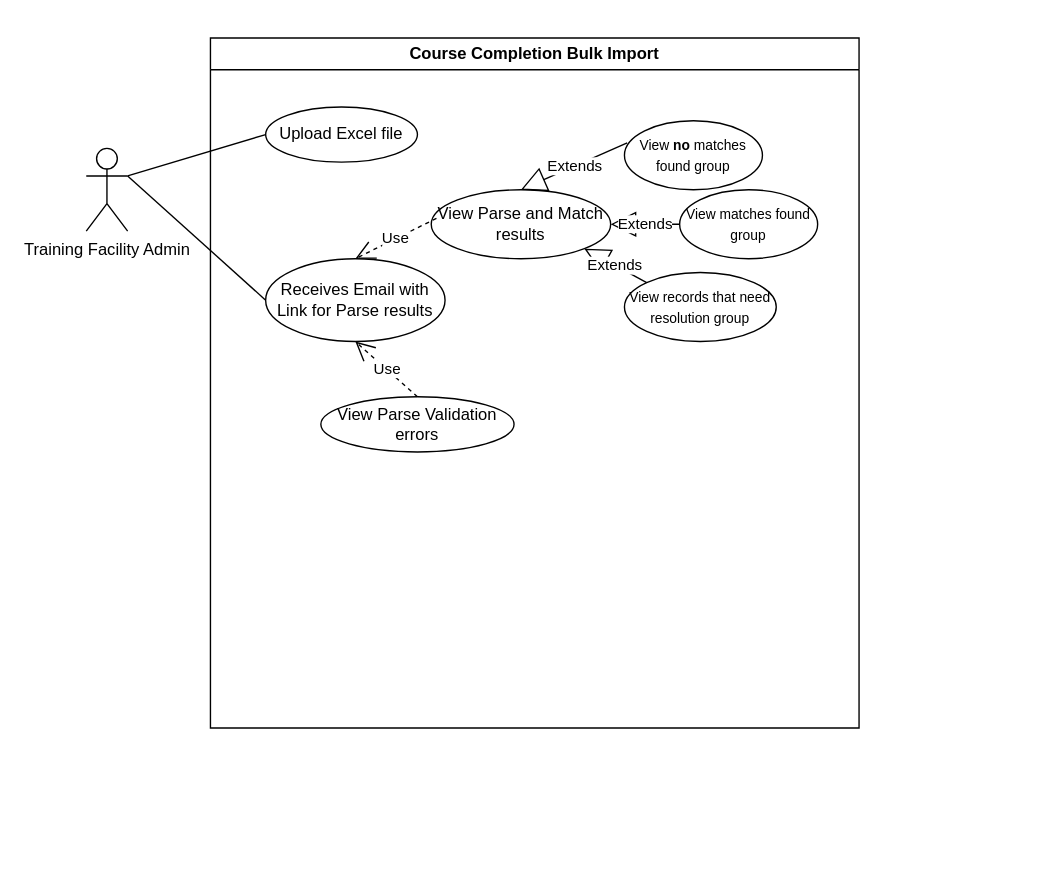
Before: page "Use Cases" (1 of 2) of Untitled Diagram.drawio in marcorok/DesignPatternsImplementation, a draw.io diagram. Source tidied: cells renumbered, new cells numbered last; positions are measured from the earlier drawing's top-left corner, leaving out a move shared by most shapes. Both pictures are drawn from the tidied source at 138%, with x=0, y=0 at pixel (86, 37).
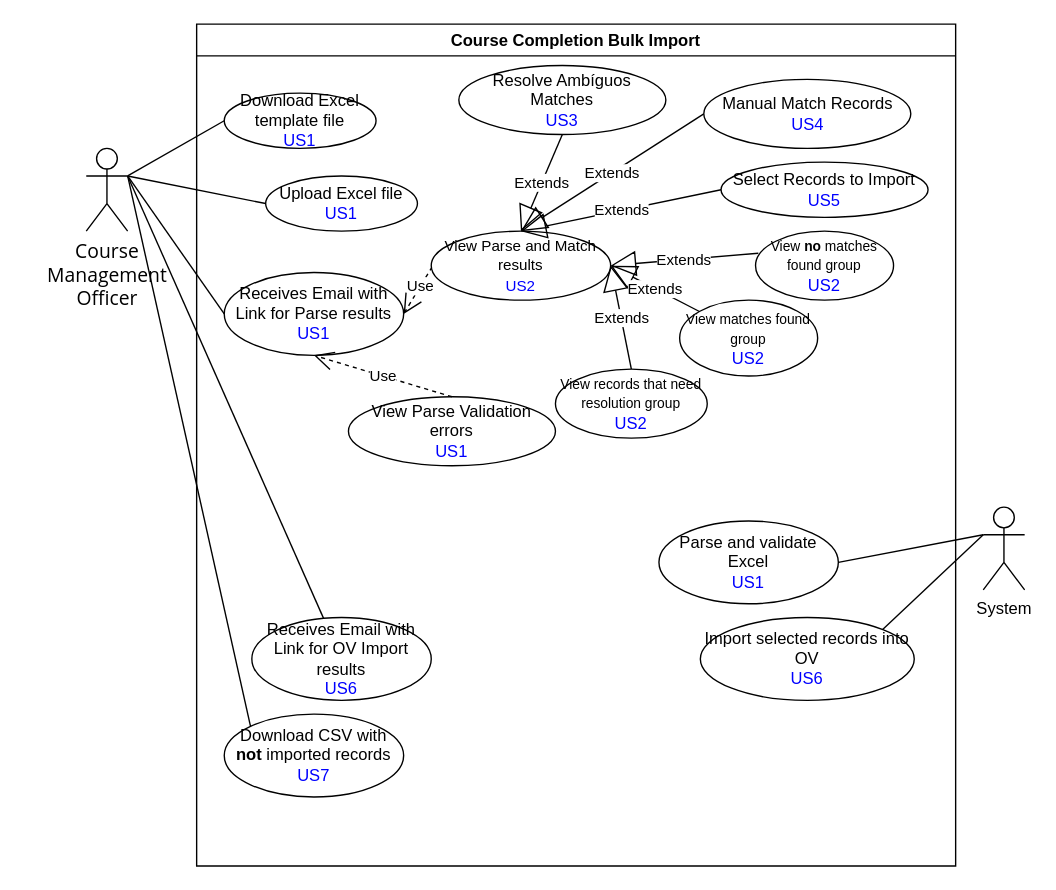
The same page after the edit.

What changed in the source:
```diff
@@
     <mxCell id="2" value="Course Completion Bulk Import" style="swimlane;whiteSpace=wrap;html=1;" parent="1" vertex="1">
-      <mxGeometry x="90" width="470" height="500" as="geometry" />
+      <mxGeometry x="80" y="-10" width="550" height="610" as="geometry" />
     </mxCell>
-    <mxCell id="3" value="Upload Excel file" style="ellipse;whiteSpace=wrap;html=1;" parent="2" vertex="1">
-      <mxGeometry x="40" y="50" width="110" height="40" as="geometry" />
+    <mxCell id="3" value="Upload Excel file&lt;div&gt;&lt;span style=&quot;color: rgb(0, 0, 255);&quot;&gt;US1&lt;/span&gt;&lt;/div&gt;" style="ellipse;whiteSpace=wrap;html=1;" parent="2" vertex="1">
+      <mxGeometry x="50" y="110" width="110" height="40" as="geometry" />
     </mxCell>
-    <mxCell id="4" value="Receives Email with Link for Parse results" style="ellipse;whiteSpace=wrap;html=1;" parent="2" vertex="1">
-      <mxGeometry x="40" y="160" width="130" height="60" as="geometry" />
+    <mxCell id="4" value="Receives Email with Link for Parse results&lt;div&gt;&lt;span style=&quot;color: rgb(0, 0, 255);&quot;&gt;US1&lt;/span&gt;&lt;/div&gt;" style="ellipse;whiteSpace=wrap;html=1;" parent="2" vertex="1">
+      <mxGeometry x="20" y="180" width="130" height="60" as="geometry" />
     </mxCell>
-    <mxCell id="5" value="View Parse Validation errors" style="ellipse;whiteSpace=wrap;html=1;" parent="2" vertex="1">
-      <mxGeometry x="80" y="260" width="140" height="40" as="geometry" />
+    <mxCell id="5" value="View Parse Validation errors&lt;div&gt;&lt;span style=&quot;color: rgb(0, 0, 255);&quot;&gt;US1&lt;/span&gt;&lt;/div&gt;" style="ellipse;whiteSpace=wrap;html=1;" parent="2" vertex="1">
+      <mxGeometry x="110" y="270" width="150" height="50" as="geometry" />
     </mxCell>
@@
+    <mxCell id="8" value="Use" style="endArrow=open;endSize=12;dashed=1;html=1;rounded=0;entryX=1;entryY=0.5;entryDx=0;entryDy=0;exitX=0.029;exitY=0.414;exitDx=0;exitDy=0;exitPerimeter=0;" parent="2" edge="1" source="7" target="4">
+      <mxGeometry relative="1" as="geometry" />
+    </mxCell>
+    <mxCell id="18" value="Download Excel template file&lt;div&gt;&lt;span style=&quot;color: rgb(0, 0, 255);&quot;&gt;US1&lt;/span&gt;&lt;/div&gt;" style="ellipse;whiteSpace=wrap;html=1;" parent="2" vertex="1">
+      <mxGeometry x="20" y="50" width="110" height="40" as="geometry" />
+    </mxCell>
+    <mxCell id="19" value="Receives Email with Link for OV Import results&lt;div&gt;&lt;span style=&quot;color: rgb(0, 0, 255);&quot;&gt;US6&lt;/span&gt;&lt;/div&gt;" style="ellipse;whiteSpace=wrap;html=1;" parent="2" vertex="1">
+      <mxGeometry x="40" y="430" width="130" height="60" as="geometry" />
+    </mxCell>
+    <mxCell id="20" value="Download CSV with &lt;b&gt;not&lt;/b&gt;&amp;nbsp;imported records&lt;div&gt;&lt;span style=&quot;color: rgb(0, 0, 255);&quot;&gt;US7&lt;/span&gt;&lt;/div&gt;" style="ellipse;whiteSpace=wrap;html=1;" parent="2" vertex="1">
+      <mxGeometry x="20" y="500" width="130" height="60" as="geometry" />
+    </mxCell>
+    <mxCell id="21" value="&lt;div&gt;&lt;span style=&quot;color: rgb(0, 0, 0);&quot;&gt;Resolve Ambíguos Matches&lt;/span&gt;&lt;/div&gt;&lt;div&gt;&lt;span style=&quot;color: rgb(0, 0, 255);&quot;&gt;US3&lt;/span&gt;&lt;/div&gt;" style="ellipse;whiteSpace=wrap;html=1;" parent="2" vertex="1">
+      <mxGeometry x="190" y="30" width="150" height="50" as="geometry" />
+    </mxCell>
+    <mxCell id="22" value="Extends" style="endArrow=block;endSize=16;endFill=0;html=1;rounded=0;exitX=0.5;exitY=1;exitDx=0;exitDy=0;entryX=0.5;entryY=0;entryDx=0;entryDy=0;" parent="2" edge="1" source="21" target="7">
+      <mxGeometry relative="1" as="geometry" />
+    </mxCell>
+    <mxCell id="23" value="Extends" style="endArrow=block;endSize=16;endFill=0;html=1;rounded=0;exitX=0;exitY=0.5;exitDx=0;exitDy=0;entryX=0.5;entryY=0;entryDx=0;entryDy=0;" parent="2" edge="1" source="24" target="7">
+      <mxGeometry relative="1" as="geometry" />
+    </mxCell>
+    <mxCell id="24" value="&lt;div&gt;&lt;span style=&quot;color: rgb(0, 0, 0);&quot;&gt;Manual Match Records&lt;/span&gt;&lt;/div&gt;&lt;div&gt;&lt;span style=&quot;color: rgb(0, 0, 255);&quot;&gt;US4&lt;/span&gt;&lt;/div&gt;" style="ellipse;whiteSpace=wrap;html=1;" parent="2" vertex="1">
+      <mxGeometry x="367.5" y="40" width="150" height="50" as="geometry" />
+    </mxCell>
+    <mxCell id="25" value="&lt;div&gt;&lt;span style=&quot;color: rgb(0, 0, 0);&quot;&gt;Select Records to Import&lt;/span&gt;&lt;/div&gt;&lt;div&gt;&lt;span style=&quot;color: rgb(0, 0, 255);&quot;&gt;US5&lt;/span&gt;&lt;/div&gt;" style="ellipse;whiteSpace=wrap;html=1;" parent="2" vertex="1">
+      <mxGeometry x="380" y="100" width="150" height="40" as="geometry" />
+    </mxCell>
-    <mxCell id="7" value="View Parse and Match results" style="ellipse;whiteSpace=wrap;html=1;" parent="2" vertex="1">
-      <mxGeometry x="160" y="110" width="130" height="50" as="geometry" />
+    <mxCell id="7" value="&lt;font style=&quot;font-size: 11px;&quot;&gt;View Parse and Match results&lt;/font&gt;&lt;div&gt;&lt;span style=&quot;color: rgb(0, 0, 255);&quot;&gt;&lt;font style=&quot;font-size: 11px;&quot;&gt;US2&lt;/font&gt;&lt;/span&gt;&lt;/div&gt;" style="ellipse;whiteSpace=wrap;html=1;" parent="2" vertex="1">
+      <mxGeometry x="170" y="150" width="130" height="50" as="geometry" />
     </mxCell>
-    <mxCell id="8" value="Use" style="endArrow=open;endSize=12;dashed=1;html=1;rounded=0;entryX=0.5;entryY=0;entryDx=0;entryDy=0;exitX=0.029;exitY=0.414;exitDx=0;exitDy=0;exitPerimeter=0;" parent="2" edge="1" source="7" target="4">
-      <mxGeometry relative="1" as="geometry" />
-    </mxCell>
+    <mxCell id="26" value="Extends" style="endArrow=block;endSize=16;endFill=0;html=1;rounded=0;exitX=0;exitY=0.5;exitDx=0;exitDy=0;entryX=0.5;entryY=0;entryDx=0;entryDy=0;" parent="2" edge="1" source="25" target="7">
+      <mxGeometry relative="1" as="geometry" />
+    </mxCell>
-    <mxCell id="9" value="&lt;font style=&quot;font-size: 10px;&quot;&gt;View &lt;b&gt;no&lt;/b&gt; matches found group&lt;/font&gt;" style="ellipse;whiteSpace=wrap;html=1;" parent="2" vertex="1">
-      <mxGeometry x="300" y="60" width="100" height="50" as="geometry" />
+    <mxCell id="9" value="&lt;font style=&quot;font-size: 10px;&quot;&gt;View &lt;b&gt;no&lt;/b&gt; matches found group&lt;/font&gt;&lt;div&gt;&lt;font style=&quot;font-size: 10px;&quot;&gt;&lt;span style=&quot;caret-color: rgb(0, 0, 255); color: rgb(0, 0, 255); font-size: 12px;&quot;&gt;US2&lt;/span&gt;&lt;br&gt;&lt;/font&gt;&lt;/div&gt;" style="ellipse;whiteSpace=wrap;html=1;" parent="2" vertex="1">
+      <mxGeometry x="405" y="150" width="100" height="50" as="geometry" />
     </mxCell>
+    <mxCell id="27" value="Import selected records into OV&lt;div&gt;&lt;span style=&quot;color: rgb(0, 0, 255);&quot;&gt;US6&lt;/span&gt;&lt;/div&gt;" style="ellipse;whiteSpace=wrap;html=1;" parent="2" vertex="1">
+      <mxGeometry x="365" y="430" width="155" height="60" as="geometry" />
+    </mxCell>
-    <mxCell id="10" value="&lt;font style=&quot;font-size: 10px;&quot;&gt;View matches found group&lt;/font&gt;" style="ellipse;whiteSpace=wrap;html=1;" parent="2" vertex="1">
-      <mxGeometry x="340" y="110" width="100" height="50" as="geometry" />
+    <mxCell id="10" value="&lt;font style=&quot;font-size: 10px;&quot;&gt;View matches found group&lt;/font&gt;&lt;div&gt;&lt;font style=&quot;font-size: 10px;&quot;&gt;&lt;span style=&quot;caret-color: rgb(0, 0, 255); color: rgb(0, 0, 255); font-size: 12px;&quot;&gt;US2&lt;/span&gt;&lt;br&gt;&lt;/font&gt;&lt;/div&gt;" style="ellipse;whiteSpace=wrap;html=1;" parent="2" vertex="1">
+      <mxGeometry x="350" y="200" width="100" height="55" as="geometry" />
     </mxCell>
-    <mxCell id="11" value="&lt;font style=&quot;font-size: 10px;&quot;&gt;View records that need resolution group&lt;/font&gt;" style="ellipse;whiteSpace=wrap;html=1;" parent="2" vertex="1">
-      <mxGeometry x="300" y="170" width="110" height="50" as="geometry" />
+    <mxCell id="11" value="&lt;font style=&quot;font-size: 10px;&quot;&gt;View records that need resolution group&lt;/font&gt;&lt;div&gt;&lt;font style=&quot;font-size: 10px;&quot;&gt;&lt;span style=&quot;caret-color: rgb(0, 0, 255); color: rgb(0, 0, 255); font-size: 12px;&quot;&gt;US2&lt;/span&gt;&lt;br&gt;&lt;/font&gt;&lt;/div&gt;" style="ellipse;whiteSpace=wrap;html=1;" parent="2" vertex="1">
+      <mxGeometry x="260" y="250" width="110" height="50" as="geometry" />
     </mxCell>
-    <mxCell id="12" value="Extends" style="endArrow=block;endSize=16;endFill=0;html=1;rounded=0;exitX=0.02;exitY=0.32;exitDx=0;exitDy=0;exitPerimeter=0;entryX=0.5;entryY=0;entryDx=0;entryDy=0;" parent="2" edge="1" source="9" target="7">
+    <mxCell id="12" value="Extends" style="endArrow=block;endSize=16;endFill=0;html=1;rounded=0;exitX=0.02;exitY=0.32;exitDx=0;exitDy=0;exitPerimeter=0;entryX=1;entryY=0.5;entryDx=0;entryDy=0;" parent="2" edge="1" source="9" target="7">
       <mxGeometry relative="1" as="geometry" />
     </mxCell>
-    <mxCell id="13" value="Extends" style="endArrow=block;endSize=16;endFill=0;html=1;rounded=0;exitX=0;exitY=0.5;exitDx=0;exitDy=0;entryX=1;entryY=0.5;entryDx=0;entryDy=0;" parent="2" edge="1" source="10" target="7">
+    <mxCell id="13" value="Extends" style="endArrow=block;endSize=16;endFill=0;html=1;rounded=0;exitX=0;exitY=0;exitDx=0;exitDy=0;entryX=1;entryY=0.5;entryDx=0;entryDy=0;" parent="2" edge="1" source="10" target="7">
       <mxGeometry relative="1" as="geometry" />
     </mxCell>
-    <mxCell id="14" value="Extends" style="endArrow=block;endSize=16;endFill=0;html=1;rounded=0;exitX=0;exitY=0;exitDx=0;exitDy=0;entryX=1;entryY=1;entryDx=0;entryDy=0;" parent="2" edge="1" source="11" target="7">
+    <mxCell id="14" value="Extends" style="endArrow=block;endSize=16;endFill=0;html=1;rounded=0;exitX=0.5;exitY=0;exitDx=0;exitDy=0;entryX=1;entryY=0.5;entryDx=0;entryDy=0;" parent="2" edge="1" source="11" target="7">
       <mxGeometry relative="1" as="geometry" />
     </mxCell>
+    <mxCell id="28" value="Parse and validate Excel&lt;div&gt;&lt;span style=&quot;color: rgb(0, 0, 255);&quot;&gt;US1&lt;/span&gt;&lt;/div&gt;" style="ellipse;whiteSpace=wrap;html=1;" parent="2" vertex="1">
+      <mxGeometry x="335" y="360" width="130" height="60" as="geometry" />
+    </mxCell>
-    <mxCell id="15" value="Training Facility Admin" style="shape=umlActor;verticalLabelPosition=bottom;verticalAlign=top;html=1;outlineConnect=0;" parent="1" vertex="1">
+    <mxCell id="15" value="&lt;span style=&quot;white-space: normal; box-sizing: border-box; font-family: &amp;quot;Segoe UI VSS (Regular)&amp;quot;, &amp;quot;Segoe UI&amp;quot;, -apple-system, BlinkMacSystemFont, Roboto, &amp;quot;Helvetica Neue&amp;quot;, Helvetica, Ubuntu, Arial, sans-serif, &amp;quot;Apple Color Emoji&amp;quot;, &amp;quot;Segoe UI Emoji&amp;quot;, &amp;quot;Segoe UI Symbol&amp;quot;; font-size: 14px; text-align: left;&quot;&gt;Course Management Officer&lt;/span&gt;" style="shape=umlActor;verticalLabelPosition=bottom;verticalAlign=top;html=1;outlineConnect=0;" parent="1" vertex="1">
       <mxGeometry y="80" width="30" height="60" as="geometry" />
     </mxCell>
@@
+    <mxCell id="29" style="endArrow=none;html=1;rounded=0;entryX=0;entryY=0.5;entryDx=0;entryDy=0;exitX=1;exitY=0.3333333333333333;exitDx=0;exitDy=0;exitPerimeter=0;" parent="1" edge="1" source="15" target="18">
+      <mxGeometry relative="1" as="geometry" />
+    </mxCell>
+    <mxCell id="30" style="endArrow=none;html=1;rounded=0;exitX=1;exitY=0.3333333333333333;exitDx=0;exitDy=0;exitPerimeter=0;" parent="1" edge="1" source="15" target="19">
+      <mxGeometry relative="1" as="geometry" />
+    </mxCell>
+    <mxCell id="31" style="endArrow=none;html=1;rounded=0;entryX=0;entryY=0;entryDx=0;entryDy=0;" parent="1" edge="1" target="20">
+      <mxGeometry relative="1" as="geometry">
+        <mxPoint x="30" y="100" as="sourcePoint" />
+      </mxGeometry>
+    </mxCell>
+    <mxCell id="32" value="System" style="shape=umlActor;verticalLabelPosition=bottom;verticalAlign=top;html=1;outlineConnect=0;" parent="1" vertex="1">
+      <mxGeometry x="650" y="340" width="30" height="60" as="geometry" />
+    </mxCell>
+    <mxCell id="33" style="endArrow=none;html=1;rounded=0;entryX=0;entryY=0.3333333333333333;entryDx=0;entryDy=0;entryPerimeter=0;exitX=1;exitY=0.5;exitDx=0;exitDy=0;" parent="1" edge="1" source="28" target="32">
+      <mxGeometry relative="1" as="geometry" />
+    </mxCell>
+    <mxCell id="34" style="endArrow=none;html=1;rounded=0;entryX=0;entryY=0.3333333333333333;entryDx=0;entryDy=0;entryPerimeter=0;exitX=1;exitY=0;exitDx=0;exitDy=0;" parent="1" edge="1" source="27" target="32">
+      <mxGeometry relative="1" as="geometry" />
+    </mxCell>
```
